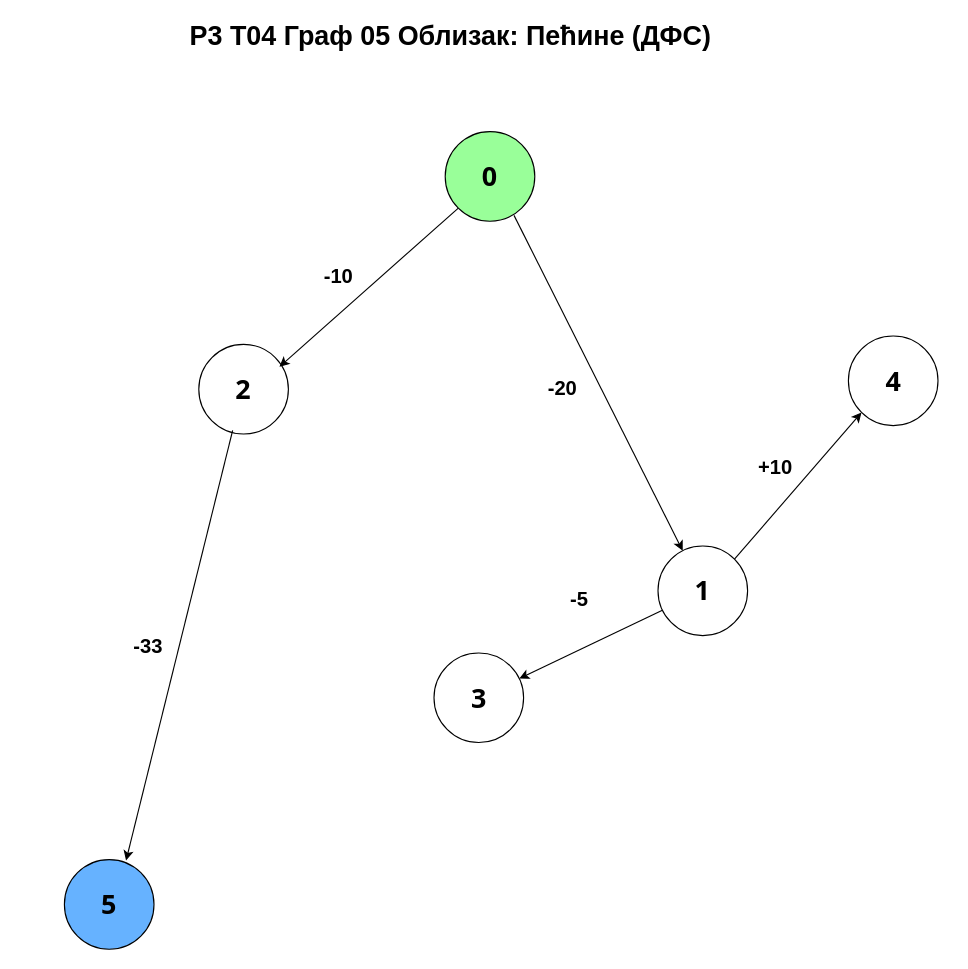
Before: R3_T04_05_DFS_Pecine.drawio in draganilicnis/R3_T04_Graf_05_Obilazak_DFS, a draw.io diagram. Source tidied: cells renumbered, new cells numbered last; positions are measured from the earlier drawing's top-left corner, leaving out a move shared by most shapes. Both pictures are drawn from the tidied source at 112%, with x=0, y=0 at pixel (41, 19).
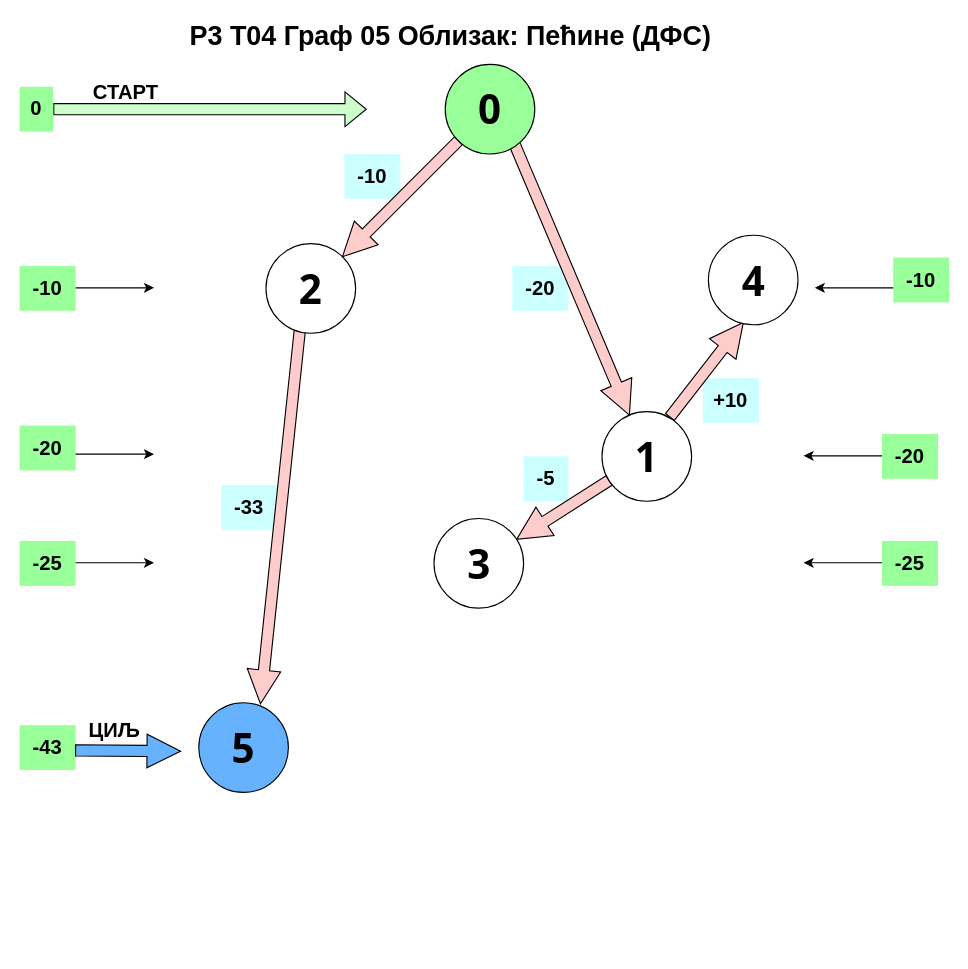
After the change.

Diff of the diagram source:
```diff
@@
+    <mxCell id="17" value="&lt;font style=&quot;font-size: 18px;&quot;&gt;&lt;b&gt;+10&lt;/b&gt;&lt;/font&gt;" style="text;html=1;whiteSpace=wrap;strokeColor=none;fillColor=#CCFFFF;align=center;verticalAlign=middle;rounded=0;" parent="1" vertex="1">
+      <mxGeometry x="590" y="320" width="50" height="40" as="geometry" />
+    </mxCell>
+    <mxCell id="25" style="endArrow=classic;html=1;rounded=0;shape=flexArrow;fillColor=#CCFFCC;" parent="1" edge="1">
+      <mxGeometry relative="1" as="geometry">
+        <mxPoint x="10" y="80" as="sourcePoint" />
+        <mxPoint x="290" y="80" as="targetPoint" />
+      </mxGeometry>
+    </mxCell>
+    <mxCell id="14" style="rounded=0;jettySize=auto;html=1;exitX=0.758;exitY=0.06;exitDx=0;exitDy=0;entryX=0.39;entryY=0.974;entryDx=0;entryDy=0;entryPerimeter=0;shape=arrow;fillColor=#FFCCCC;exitPerimeter=0;" parent="1" edge="1" source="7" target="4">
+      <mxGeometry relative="1" as="geometry" />
+    </mxCell>
+    <mxCell id="16" value="&lt;font style=&quot;font-size: 18px;&quot;&gt;&lt;b&gt;-5&lt;/b&gt;&lt;/font&gt;" style="text;html=1;whiteSpace=wrap;strokeColor=none;fillColor=#CCFFFF;align=center;verticalAlign=middle;rounded=0;" parent="1" vertex="1">
+      <mxGeometry x="430" y="390" width="40" height="40" as="geometry" />
+    </mxCell>
+    <mxCell id="6" style="rounded=0;jettySize=auto;html=1;shape=arrow;fillColor=#FFCCCC;" parent="1" edge="1" source="7" target="9">
+      <mxGeometry relative="1" as="geometry" />
+    </mxCell>
+    <mxCell id="19" value="&lt;font style=&quot;font-size: 18px;&quot;&gt;&lt;b&gt;-20&lt;/b&gt;&lt;/font&gt;" style="text;html=1;whiteSpace=wrap;strokeColor=none;fillColor=#CCFFFF;align=center;verticalAlign=middle;rounded=0;" parent="1" vertex="1">
+      <mxGeometry x="420" y="220" width="50" height="40" as="geometry" />
+    </mxCell>
+    <mxCell id="18" style="endArrow=classic;html=1;rounded=0;exitX=0.768;exitY=0.875;exitDx=0;exitDy=0;exitPerimeter=0;shape=arrow;fillColor=#FFCCCC;" parent="1" edge="1" source="12" target="7">
+      <mxGeometry relative="1" as="geometry" />
+    </mxCell>
+    <mxCell id="23" value="&lt;font style=&quot;font-size: 18px;&quot;&gt;&lt;b&gt;-33&lt;/b&gt;&lt;/font&gt;" style="text;html=1;whiteSpace=wrap;strokeColor=none;fillColor=#CCFFFF;align=center;verticalAlign=middle;rounded=0;" parent="1" vertex="1">
+      <mxGeometry x="160" y="415.5" width="50" height="40" as="geometry" />
+    </mxCell>
+    <mxCell id="22" style="endArrow=classic;html=1;rounded=0;exitX=0.378;exitY=0.96;exitDx=0;exitDy=0;entryX=0.688;entryY=0.01;entryDx=0;entryDy=0;entryPerimeter=0;exitPerimeter=0;shape=arrow;fillColor=#FFCCCC;" parent="1" edge="1" source="2" target="20">
+      <mxGeometry relative="1" as="geometry" />
+    </mxCell>
     <mxCell id="2" style="ellipse;whiteSpace=wrap;html=1;" parent="1" vertex="1">
-      <mxGeometry x="140" y="290" width="80" height="80" as="geometry" />
+      <mxGeometry x="200" y="200" width="80" height="80" as="geometry" />
     </mxCell>
-    <mxCell id="3" value="&lt;font face=&quot;Tahoma&quot; style=&quot;font-size: 24px;&quot;&gt;2&lt;/font&gt;" style="text;strokeColor=none;align=center;fillColor=none;html=1;verticalAlign=middle;whiteSpace=wrap;rounded=0;fontStyle=1;fontSize=20;" parent="1" vertex="1">
-      <mxGeometry x="150" y="317.5" width="60" height="25" as="geometry" />
+    <mxCell id="3" value="&lt;font face=&quot;Tahoma&quot; style=&quot;font-size: 36px;&quot;&gt;2&lt;/font&gt;" style="text;strokeColor=none;align=center;fillColor=none;html=1;verticalAlign=middle;whiteSpace=wrap;rounded=0;fontStyle=1;fontSize=20;" parent="1" vertex="1">
+      <mxGeometry x="210" y="227.5" width="60" height="25" as="geometry" />
     </mxCell>
     <mxCell id="4" style="ellipse;whiteSpace=wrap;html=1;" parent="1" vertex="1">
-      <mxGeometry x="720" y="282.5" width="80" height="80" as="geometry" />
+      <mxGeometry x="595" y="192.5" width="80" height="80" as="geometry" />
     </mxCell>
-    <mxCell id="5" value="&lt;font style=&quot;font-size: 24px;&quot; face=&quot;Tahoma&quot;&gt;4&lt;/font&gt;" style="text;html=1;align=center;verticalAlign=middle;strokeColor=none;fillColor=none;fontStyle=1;fontSize=20;" parent="1" vertex="1">
-      <mxGeometry x="740" y="302.5" width="40" height="40" as="geometry" />
+    <mxCell id="5" value="&lt;font style=&quot;font-size: 36px;&quot; face=&quot;Tahoma&quot;&gt;4&lt;/font&gt;" style="text;html=1;align=center;verticalAlign=middle;strokeColor=none;fillColor=none;fontStyle=1;fontSize=20;" parent="1" vertex="1">
+      <mxGeometry x="615" y="202.5" width="40" height="60" as="geometry" />
     </mxCell>
-    <mxCell id="6" style="rounded=0;jettySize=auto;html=1;" parent="1" edge="1" source="7" target="9">
-      <mxGeometry relative="1" as="geometry" />
-    </mxCell>
     <mxCell id="7" style="ellipse;whiteSpace=wrap;html=1;" parent="1" vertex="1">
-      <mxGeometry x="550" y="470" width="80" height="80" as="geometry" />
+      <mxGeometry x="500" y="350" width="80" height="80" as="geometry" />
     </mxCell>
-    <mxCell id="8" value="&lt;font style=&quot;font-size: 24px;&quot; face=&quot;Tahoma&quot;&gt;1&lt;/font&gt;" style="text;strokeColor=none;align=center;fillColor=none;html=1;verticalAlign=middle;whiteSpace=wrap;rounded=0;fontStyle=1;fontSize=20;" parent="1" vertex="1">
-      <mxGeometry x="560" y="497.5" width="60" height="25" as="geometry" />
+    <mxCell id="8" value="&lt;font style=&quot;font-size: 36px;&quot; face=&quot;Tahoma&quot;&gt;1&lt;/font&gt;" style="text;strokeColor=none;align=center;fillColor=none;html=1;verticalAlign=middle;whiteSpace=wrap;rounded=0;fontStyle=1;fontSize=20;" parent="1" vertex="1">
+      <mxGeometry x="510" y="377.5" width="60" height="25" as="geometry" />
     </mxCell>
     <mxCell id="9" style="ellipse;whiteSpace=wrap;html=1;" parent="1" vertex="1">
-      <mxGeometry x="350" y="565.5" width="80" height="80" as="geometry" />
+      <mxGeometry x="350" y="445.5" width="80" height="80" as="geometry" />
     </mxCell>
-    <mxCell id="10" value="&lt;font face=&quot;Tahoma&quot; style=&quot;font-size: 24px;&quot;&gt;3&lt;/font&gt;" style="text;html=1;align=center;verticalAlign=middle;strokeColor=none;fillColor=none;fontStyle=1;fontSize=20;" parent="1" vertex="1">
-      <mxGeometry x="370" y="585.5" width="40" height="40" as="geometry" />
+    <mxCell id="10" value="&lt;font face=&quot;Tahoma&quot; style=&quot;font-size: 36px;&quot;&gt;3&lt;/font&gt;" style="text;html=1;align=center;verticalAlign=middle;strokeColor=none;fillColor=none;fontStyle=1;fontSize=20;" parent="1" vertex="1">
+      <mxGeometry x="370" y="455.5" width="40" height="60" as="geometry" />
     </mxCell>
-    <mxCell id="11" value="&lt;font style=&quot;font-size: 18px;&quot;&gt;&lt;b&gt;-10&lt;/b&gt;&lt;/font&gt;" style="text;html=1;whiteSpace=wrap;strokeColor=none;fillColor=none;align=center;verticalAlign=middle;rounded=0;" parent="1" vertex="1">
-      <mxGeometry x="240" y="210" width="50" height="40" as="geometry" />
+    <mxCell id="11" value="&lt;font style=&quot;font-size: 18px;&quot;&gt;&lt;b&gt;-10&lt;/b&gt;&lt;/font&gt;" style="text;html=1;whiteSpace=wrap;strokeColor=none;fillColor=#CCFFFF;align=center;verticalAlign=middle;rounded=0;" parent="1" vertex="1">
+      <mxGeometry x="270" y="120" width="50" height="40" as="geometry" />
     </mxCell>
     <mxCell id="12" style="ellipse;whiteSpace=wrap;html=1;fillColor=#99FF99;" parent="1" vertex="1">
-      <mxGeometry x="360" y="100" width="80" height="80" as="geometry" />
+      <mxGeometry x="360" y="40" width="80" height="80" as="geometry" />
     </mxCell>
-    <mxCell id="13" value="&lt;font face=&quot;Tahoma&quot; style=&quot;font-size: 24px;&quot;&gt;0&lt;/font&gt;" style="text;strokeColor=none;align=center;fillColor=none;html=1;verticalAlign=middle;whiteSpace=wrap;rounded=0;fontStyle=1;fontSize=20;" parent="1" vertex="1">
-      <mxGeometry x="370" y="127.5" width="60" height="25" as="geometry" />
+    <mxCell id="13" value="&lt;font face=&quot;Tahoma&quot; style=&quot;font-size: 36px;&quot;&gt;0&lt;/font&gt;" style="text;strokeColor=none;align=center;fillColor=none;html=1;verticalAlign=middle;whiteSpace=wrap;rounded=0;fontStyle=1;fontSize=20;" parent="1" vertex="1">
+      <mxGeometry x="370" y="67.5" width="60" height="25" as="geometry" />
     </mxCell>
-    <mxCell id="14" style="rounded=0;jettySize=auto;html=1;exitX=1;exitY=0;exitDx=0;exitDy=0;entryX=0;entryY=1;entryDx=0;entryDy=0;" parent="1" edge="1" source="7" target="4">
-      <mxGeometry relative="1" as="geometry" />
-    </mxCell>
-    <mxCell id="15" style="endArrow=classic;html=1;rounded=0;exitX=0;exitY=1;exitDx=0;exitDy=0;" parent="1" edge="1" source="12">
-      <mxGeometry relative="1" as="geometry">
-        <mxPoint x="212" y="310" as="targetPoint" />
-      </mxGeometry>
-    </mxCell>
-    <mxCell id="16" value="&lt;font style=&quot;font-size: 18px;&quot;&gt;&lt;b&gt;-5&lt;/b&gt;&lt;/font&gt;" style="text;html=1;whiteSpace=wrap;strokeColor=none;fillColor=none;align=center;verticalAlign=middle;rounded=0;" parent="1" vertex="1">
-      <mxGeometry x="460" y="497.5" width="40" height="40" as="geometry" />
-    </mxCell>
-    <mxCell id="17" value="&lt;font style=&quot;font-size: 18px;&quot;&gt;&lt;b&gt;+10&lt;/b&gt;&lt;/font&gt;" style="text;html=1;whiteSpace=wrap;strokeColor=none;fillColor=none;align=center;verticalAlign=middle;rounded=0;" parent="1" vertex="1">
-      <mxGeometry x="630" y="380" width="50" height="40" as="geometry" />
-    </mxCell>
-    <mxCell id="18" style="endArrow=classic;html=1;rounded=0;exitX=0.768;exitY=0.935;exitDx=0;exitDy=0;exitPerimeter=0;" parent="1" edge="1" source="12" target="7">
-      <mxGeometry relative="1" as="geometry" />
-    </mxCell>
-    <mxCell id="19" value="&lt;font style=&quot;font-size: 18px;&quot;&gt;&lt;b&gt;-20&lt;/b&gt;&lt;/font&gt;" style="text;html=1;whiteSpace=wrap;strokeColor=none;fillColor=none;align=center;verticalAlign=middle;rounded=0;" parent="1" vertex="1">
-      <mxGeometry x="440" y="310" width="50" height="40" as="geometry" />
-    </mxCell>
     <mxCell id="20" style="ellipse;whiteSpace=wrap;html=1;fillColor=#66B2FF;" parent="1" vertex="1">
-      <mxGeometry x="20" y="750" width="80" height="80" as="geometry" />
+      <mxGeometry x="140" y="610" width="80" height="80" as="geometry" />
     </mxCell>
-    <mxCell id="21" value="&lt;font face=&quot;Tahoma&quot; style=&quot;font-size: 24px;&quot;&gt;5&lt;/font&gt;" style="text;strokeColor=none;align=center;fillColor=none;html=1;verticalAlign=middle;whiteSpace=wrap;rounded=0;fontStyle=1;fontSize=20;" parent="1" vertex="1">
-      <mxGeometry x="30" y="777.5" width="60" height="25" as="geometry" />
+    <mxCell id="21" value="&lt;font face=&quot;Tahoma&quot; style=&quot;font-size: 36px;&quot;&gt;5&lt;/font&gt;" style="text;strokeColor=none;align=center;fillColor=none;html=1;verticalAlign=middle;whiteSpace=wrap;rounded=0;fontStyle=1;fontSize=20;" parent="1" vertex="1">
+      <mxGeometry x="150" y="637.5" width="60" height="25" as="geometry" />
     </mxCell>
-    <mxCell id="22" style="endArrow=classic;html=1;rounded=0;exitX=0.378;exitY=0.96;exitDx=0;exitDy=0;entryX=0.688;entryY=0.01;entryDx=0;entryDy=0;entryPerimeter=0;exitPerimeter=0;" parent="1" edge="1" source="2" target="20">
-      <mxGeometry relative="1" as="geometry" />
-    </mxCell>
-    <mxCell id="23" value="&lt;font style=&quot;font-size: 18px;&quot;&gt;&lt;b&gt;-33&lt;/b&gt;&lt;/font&gt;" style="text;html=1;whiteSpace=wrap;strokeColor=none;fillColor=none;align=center;verticalAlign=middle;rounded=0;" parent="1" vertex="1">
-      <mxGeometry x="70" y="540" width="50" height="40" as="geometry" />
-    </mxCell>
@@
+    <mxCell id="26" value="&lt;font style=&quot;font-size: 18px;&quot;&gt;&lt;b&gt;0&lt;/b&gt;&lt;/font&gt;" style="text;html=1;whiteSpace=wrap;strokeColor=none;fillColor=#99FF99;align=center;verticalAlign=middle;rounded=0;" parent="1" vertex="1">
+      <mxGeometry x="-20" y="60" width="30" height="40" as="geometry" />
+    </mxCell>
+    <mxCell id="27" value="&lt;font style=&quot;font-size: 18px;&quot;&gt;&lt;b&gt;-10&lt;/b&gt;&lt;/font&gt;" style="text;html=1;whiteSpace=wrap;strokeColor=none;fillColor=#99FF99;align=center;verticalAlign=middle;rounded=0;" parent="1" vertex="1">
+      <mxGeometry x="-20" y="220" width="50" height="40" as="geometry" />
+    </mxCell>
+    <mxCell id="28" value="&lt;font style=&quot;font-size: 18px;&quot;&gt;&lt;b&gt;-10&lt;/b&gt;&lt;/font&gt;" style="text;html=1;whiteSpace=wrap;strokeColor=none;fillColor=#99FF99;align=center;verticalAlign=middle;rounded=0;" parent="1" vertex="1">
+      <mxGeometry x="760" y="212.5" width="50" height="40" as="geometry" />
+    </mxCell>
+    <mxCell id="29" value="&lt;font style=&quot;font-size: 18px;&quot;&gt;&lt;b&gt;-20&lt;/b&gt;&lt;/font&gt;" style="text;html=1;whiteSpace=wrap;strokeColor=none;fillColor=#99FF99;align=center;verticalAlign=middle;rounded=0;" parent="1" vertex="1">
+      <mxGeometry x="750" y="370" width="50" height="40" as="geometry" />
+    </mxCell>
+    <mxCell id="30" value="&lt;font style=&quot;font-size: 18px;&quot;&gt;&lt;b&gt;-25&lt;/b&gt;&lt;/font&gt;" style="text;html=1;whiteSpace=wrap;strokeColor=none;fillColor=#99FF99;align=center;verticalAlign=middle;rounded=0;" parent="1" vertex="1">
+      <mxGeometry x="750" y="465.5" width="50" height="40" as="geometry" />
+    </mxCell>
+    <mxCell id="31" value="&lt;font style=&quot;font-size: 18px;&quot;&gt;&lt;b&gt;-43&lt;/b&gt;&lt;/font&gt;" style="text;html=1;whiteSpace=wrap;strokeColor=none;fillColor=#99FF99;align=center;verticalAlign=middle;rounded=0;" parent="1" vertex="1">
+      <mxGeometry x="-20" y="630" width="50" height="40" as="geometry" />
+    </mxCell>
+    <mxCell id="32" style="endArrow=classic;html=1;rounded=0;" parent="1" edge="1">
+      <mxGeometry relative="1" as="geometry">
+        <mxPoint x="30" y="239.5" as="sourcePoint" />
+        <mxPoint x="100" y="239.5" as="targetPoint" />
+      </mxGeometry>
+    </mxCell>
+    <mxCell id="33" value="&lt;font style=&quot;font-size: 18px;&quot;&gt;&lt;b&gt;-20&lt;/b&gt;&lt;/font&gt;" style="text;html=1;whiteSpace=wrap;strokeColor=none;fillColor=#99FF99;align=center;verticalAlign=middle;rounded=0;" parent="1" vertex="1">
+      <mxGeometry x="-20" y="362.5" width="50" height="40" as="geometry" />
+    </mxCell>
+    <mxCell id="34" value="&lt;font style=&quot;font-size: 18px;&quot;&gt;&lt;b&gt;-25&lt;/b&gt;&lt;/font&gt;" style="text;html=1;whiteSpace=wrap;strokeColor=none;fillColor=#99FF99;align=center;verticalAlign=middle;rounded=0;" parent="1" vertex="1">
+      <mxGeometry x="-20" y="465.5" width="50" height="40" as="geometry" />
+    </mxCell>
+    <mxCell id="35" style="endArrow=classic;html=1;rounded=0;" parent="1" edge="1">
+      <mxGeometry relative="1" as="geometry">
+        <mxPoint x="30" y="388" as="sourcePoint" />
+        <mxPoint x="100" y="388" as="targetPoint" />
+      </mxGeometry>
+    </mxCell>
+    <mxCell id="36" style="endArrow=classic;html=1;rounded=0;" parent="1" edge="1">
+      <mxGeometry relative="1" as="geometry">
+        <mxPoint x="30" y="485" as="sourcePoint" />
+        <mxPoint x="100" y="485" as="targetPoint" />
+      </mxGeometry>
+    </mxCell>
+    <mxCell id="37" style="endArrow=classic;html=1;rounded=0;shape=arrow;fillColor=#66B2FF;entryX=0.952;entryY=1.107;entryDx=0;entryDy=0;entryPerimeter=0;" parent="1" edge="1" target="42">
+      <mxGeometry relative="1" as="geometry">
+        <mxPoint x="30" y="652.5" as="sourcePoint" />
+      </mxGeometry>
+    </mxCell>
+    <mxCell id="38" style="endArrow=classic;html=1;rounded=0;" parent="1" edge="1">
+      <mxGeometry relative="1" as="geometry">
+        <mxPoint x="750" y="485" as="sourcePoint" />
+        <mxPoint x="680" y="485" as="targetPoint" />
+      </mxGeometry>
+    </mxCell>
+    <mxCell id="39" style="endArrow=classic;html=1;rounded=0;" parent="1" edge="1">
+      <mxGeometry relative="1" as="geometry">
+        <mxPoint x="750" y="389.5" as="sourcePoint" />
+        <mxPoint x="680" y="389.5" as="targetPoint" />
+      </mxGeometry>
+    </mxCell>
+    <mxCell id="40" style="endArrow=classic;html=1;rounded=0;" parent="1" edge="1">
+      <mxGeometry relative="1" as="geometry">
+        <mxPoint x="760" y="239.5" as="sourcePoint" />
+        <mxPoint x="690" y="239.5" as="targetPoint" />
+      </mxGeometry>
+    </mxCell>
+    <mxCell id="15" style="endArrow=classic;html=1;rounded=0;exitX=0;exitY=1;exitDx=0;exitDy=0;shape=arrow;fillColor=#FFCCCC;" parent="1" edge="1" source="12" target="2">
+      <mxGeometry relative="1" as="geometry" />
+    </mxCell>
+    <mxCell id="41" value="&lt;font style=&quot;font-size: 18px;&quot;&gt;&lt;b style=&quot;&quot;&gt;СТАРТ&lt;/b&gt;&lt;/font&gt;" style="text;html=1;whiteSpace=wrap;strokeColor=none;fillColor=none;align=center;verticalAlign=middle;rounded=0;" parent="1" vertex="1">
+      <mxGeometry x="10" y="50" width="130" height="30" as="geometry" />
+    </mxCell>
+    <mxCell id="42" value="&lt;font style=&quot;font-size: 18px;&quot;&gt;&lt;b style=&quot;&quot;&gt;ЦИЉ&lt;/b&gt;&lt;/font&gt;" style="text;html=1;whiteSpace=wrap;strokeColor=none;fillColor=none;align=center;verticalAlign=middle;rounded=0;" parent="1" vertex="1">
+      <mxGeometry y="620" width="130" height="30" as="geometry" />
+    </mxCell>
```
